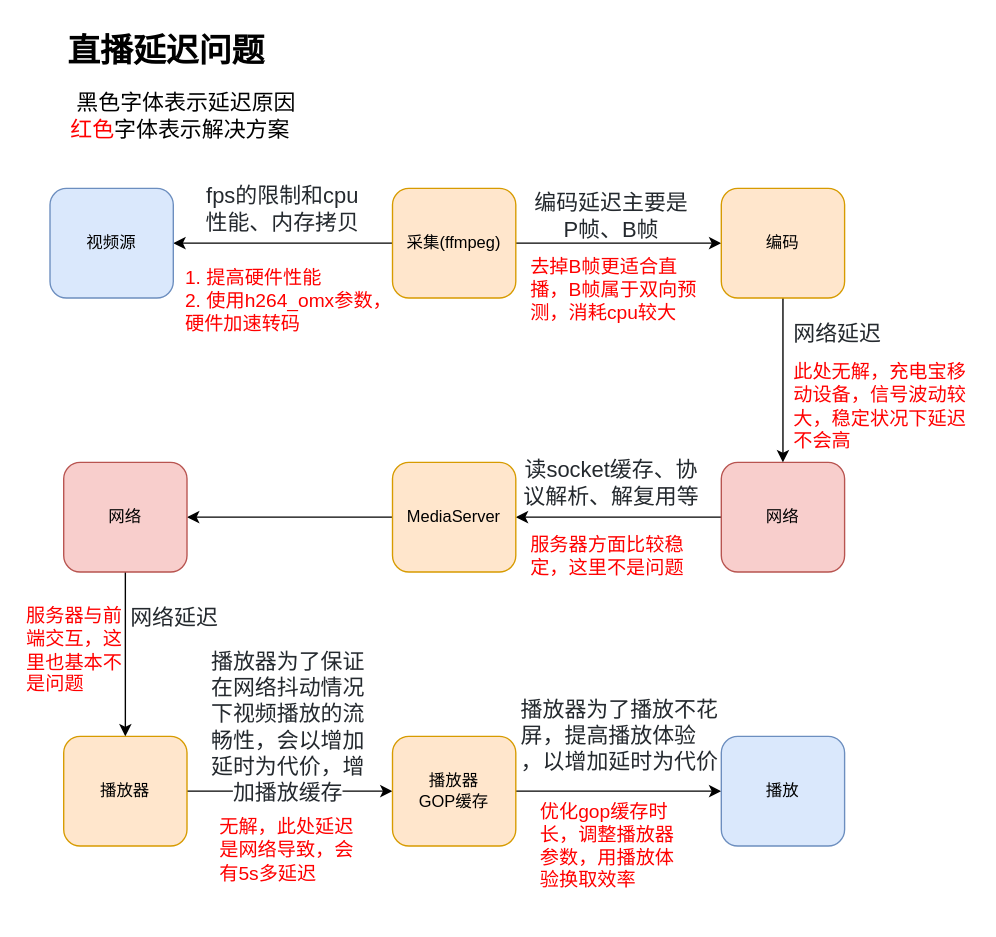
This is draw/work/mediakit.drawio from HeisenbergV/node, a draw.io file, before an edit. Source tidied: cells renumbered, new cells numbered last; positions are measured from the earlier drawing's top-left corner, leaving out a move shared by most shapes. Both pictures are drawn from the tidied source at 137%, with x=0, y=0 at pixel (23, 23).
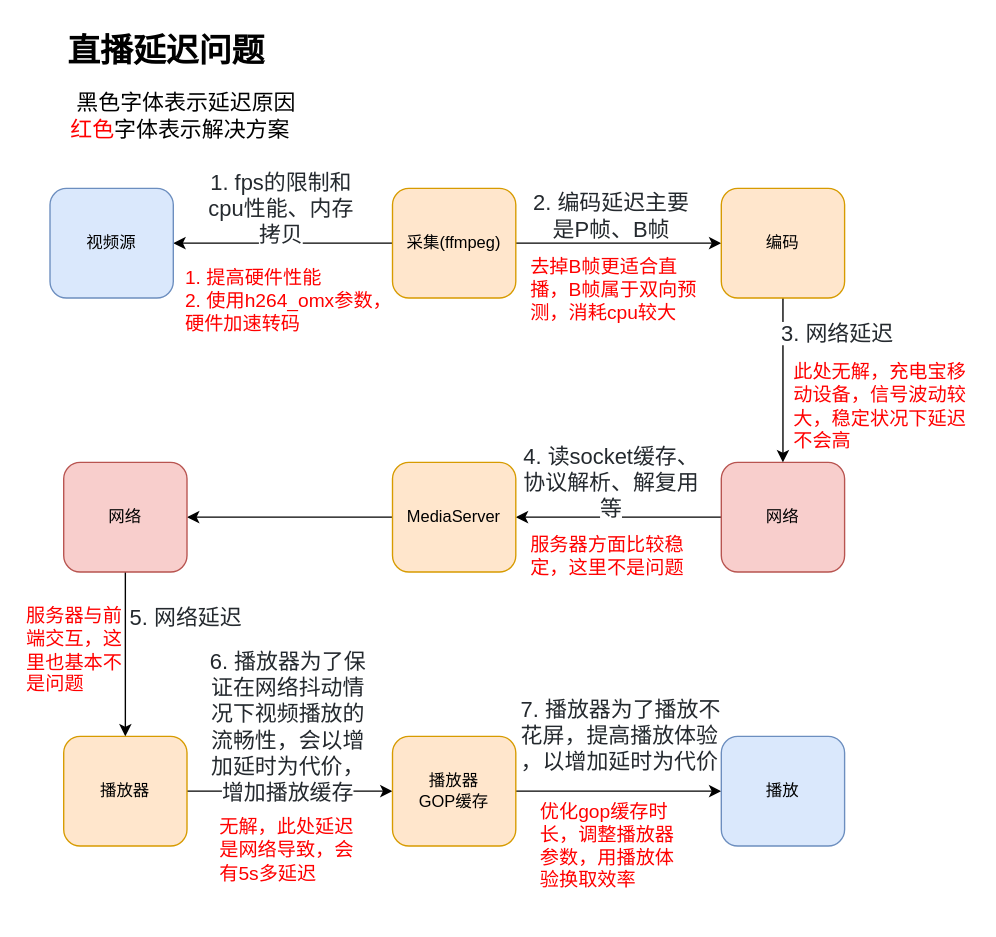
After the change.

What changed in the source:
```diff
@@
-    <mxCell id="14" value="&lt;span style=&quot;font-size: 16px ; color: rgb(36 , 41 , 46) ; font-family: , &amp;#34;blinkmacsystemfont&amp;#34; , &amp;#34;segoe ui&amp;#34; , &amp;#34;helvetica&amp;#34; , &amp;#34;arial&amp;#34; , sans-serif , &amp;#34;apple color emoji&amp;#34; , &amp;#34;segoe ui emoji&amp;#34; ; background-color: rgb(255 , 255 , 255)&quot;&gt;fps的限制和cpu性能、内存拷贝&lt;/span&gt;" style="text;html=1;strokeColor=none;fillColor=none;align=center;verticalAlign=middle;whiteSpace=wrap;rounded=0;" parent="1" vertex="1">
-      <mxGeometry x="129" y="120" width="120" height="30" as="geometry" />
+    <mxCell id="14" value="&lt;span style=&quot;font-size: 16px ; color: rgb(36 , 41 , 46) ; font-family: , &amp;#34;blinkmacsystemfont&amp;#34; , &amp;#34;segoe ui&amp;#34; , &amp;#34;helvetica&amp;#34; , &amp;#34;arial&amp;#34; , sans-serif , &amp;#34;apple color emoji&amp;#34; , &amp;#34;segoe ui emoji&amp;#34; ; background-color: rgb(255 , 255 , 255)&quot;&gt;1. fps的限制和cpu性能、内存拷贝&lt;/span&gt;" style="text;html=1;strokeColor=none;fillColor=none;align=center;verticalAlign=middle;whiteSpace=wrap;rounded=0;" parent="1" vertex="1">
+      <mxGeometry x="128" y="120" width="120" height="30" as="geometry" />
     </mxCell>
@@
-    <mxCell id="17" value="&lt;font color=&quot;#24292e&quot; size=&quot;3&quot;&gt;&lt;span style=&quot;background-color: rgb(255 , 255 , 255)&quot;&gt;编码延迟主要是P帧、B帧&lt;/span&gt;&lt;/font&gt;" style="text;html=1;strokeColor=none;fillColor=none;align=center;verticalAlign=middle;whiteSpace=wrap;rounded=0;" parent="1" vertex="1">
+    <mxCell id="17" value="&lt;font color=&quot;#24292e&quot; size=&quot;3&quot;&gt;&lt;span style=&quot;background-color: rgb(255 , 255 , 255)&quot;&gt;2. 编码延迟主要是P帧、B帧&lt;/span&gt;&lt;/font&gt;" style="text;html=1;strokeColor=none;fillColor=none;align=center;verticalAlign=middle;whiteSpace=wrap;rounded=0;" parent="1" vertex="1">
       <mxGeometry x="369" y="125" width="120" height="30" as="geometry" />
     </mxCell>
-    <mxCell id="18" value="&lt;span style=&quot;font-size: 16px ; color: rgb(36 , 41 , 46) ; font-family: , &amp;#34;blinkmacsystemfont&amp;#34; , &amp;#34;segoe ui&amp;#34; , &amp;#34;helvetica&amp;#34; , &amp;#34;arial&amp;#34; , sans-serif , &amp;#34;apple color emoji&amp;#34; , &amp;#34;segoe ui emoji&amp;#34; ; background-color: rgb(255 , 255 , 255)&quot;&gt;读socket缓存、协议解析、解复用等&lt;/span&gt;" style="text;html=1;strokeColor=none;fillColor=none;align=center;verticalAlign=middle;whiteSpace=wrap;rounded=0;" parent="1" vertex="1">
+    <mxCell id="18" value="&lt;span style=&quot;font-size: 16px ; color: rgb(36 , 41 , 46) ; font-family: , &amp;#34;blinkmacsystemfont&amp;#34; , &amp;#34;segoe ui&amp;#34; , &amp;#34;helvetica&amp;#34; , &amp;#34;arial&amp;#34; , sans-serif , &amp;#34;apple color emoji&amp;#34; , &amp;#34;segoe ui emoji&amp;#34; ; background-color: rgb(255 , 255 , 255)&quot;&gt;4. 读socket缓存、协议解析、解复用等&lt;/span&gt;" style="text;html=1;strokeColor=none;fillColor=none;align=center;verticalAlign=middle;whiteSpace=wrap;rounded=0;" parent="1" vertex="1">
       <mxGeometry x="359" y="320" width="140" height="30" as="geometry" />
     </mxCell>
@@
-    <mxCell id="21" value="&lt;font color=&quot;#24292e&quot; size=&quot;3&quot;&gt;&lt;span style=&quot;background-color: rgb(255 , 255 , 255)&quot;&gt;网络延迟&lt;/span&gt;&lt;/font&gt;" style="text;html=1;strokeColor=none;fillColor=none;align=center;verticalAlign=middle;whiteSpace=wrap;rounded=0;" parent="1" vertex="1">
-      <mxGeometry x="75" y="418" width="70" height="29" as="geometry" />
+    <mxCell id="21" value="&lt;font color=&quot;#24292e&quot; size=&quot;3&quot;&gt;&lt;span style=&quot;background-color: rgb(255 , 255 , 255)&quot;&gt;5. 网络延迟&lt;/span&gt;&lt;/font&gt;" style="text;html=1;strokeColor=none;fillColor=none;align=center;verticalAlign=middle;whiteSpace=wrap;rounded=0;" parent="1" vertex="1">
+      <mxGeometry x="75" y="418" width="87" height="29" as="geometry" />
     </mxCell>
-    <mxCell id="22" value="&lt;font color=&quot;#24292e&quot; size=&quot;3&quot;&gt;&lt;span style=&quot;background-color: rgb(255 , 255 , 255)&quot;&gt;网络延迟&lt;/span&gt;&lt;/font&gt;" style="text;html=1;strokeColor=none;fillColor=none;align=center;verticalAlign=middle;whiteSpace=wrap;rounded=0;" parent="1" vertex="1">
+    <mxCell id="22" value="&lt;font color=&quot;#24292e&quot; size=&quot;3&quot;&gt;&lt;span style=&quot;background-color: rgb(255 , 255 , 255)&quot;&gt;3. 网络延迟&lt;/span&gt;&lt;/font&gt;" style="text;html=1;strokeColor=none;fillColor=none;align=center;verticalAlign=middle;whiteSpace=wrap;rounded=0;" parent="1" vertex="1">
       <mxGeometry x="524" y="211" width="140" height="30" as="geometry" />
     </mxCell>
-    <mxCell id="23" value="&lt;font color=&quot;#24292e&quot; size=&quot;3&quot;&gt;&lt;span style=&quot;background-color: rgb(255 , 255 , 255)&quot;&gt;播放器为了播放不花屏，&lt;/span&gt;&lt;/font&gt;&lt;span style=&quot;font-size: 16px ; color: rgb(36 , 41 , 46) ; font-family: , &amp;#34;blinkmacsystemfont&amp;#34; , &amp;#34;segoe ui&amp;#34; , &amp;#34;helvetica&amp;#34; , &amp;#34;arial&amp;#34; , sans-serif , &amp;#34;apple color emoji&amp;#34; , &amp;#34;segoe ui emoji&amp;#34; ; background-color: rgb(255 , 255 , 255)&quot;&gt;提高播放体验&lt;/span&gt;&lt;font color=&quot;#24292e&quot; size=&quot;3&quot;&gt;&lt;span style=&quot;background-color: rgb(255 , 255 , 255)&quot;&gt;&lt;br&gt;，&lt;/span&gt;&lt;/font&gt;&lt;span style=&quot;font-size: 16px ; color: rgb(36 , 41 , 46) ; font-family: , &amp;#34;blinkmacsystemfont&amp;#34; , &amp;#34;segoe ui&amp;#34; , &amp;#34;helvetica&amp;#34; , &amp;#34;arial&amp;#34; , sans-serif , &amp;#34;apple color emoji&amp;#34; , &amp;#34;segoe ui emoji&amp;#34; ; background-color: rgb(255 , 255 , 255)&quot;&gt;以增加延时为代价&lt;/span&gt;" style="text;html=1;strokeColor=none;fillColor=none;align=left;verticalAlign=middle;whiteSpace=wrap;rounded=0;" parent="1" vertex="1">
+    <mxCell id="23" value="&lt;font color=&quot;#24292e&quot; size=&quot;3&quot;&gt;&lt;span style=&quot;background-color: rgb(255 , 255 , 255)&quot;&gt;7. 播放器为了播放不花屏，&lt;/span&gt;&lt;/font&gt;&lt;span style=&quot;font-size: 16px ; color: rgb(36 , 41 , 46) ; font-family: , &amp;#34;blinkmacsystemfont&amp;#34; , &amp;#34;segoe ui&amp;#34; , &amp;#34;helvetica&amp;#34; , &amp;#34;arial&amp;#34; , sans-serif , &amp;#34;apple color emoji&amp;#34; , &amp;#34;segoe ui emoji&amp;#34; ; background-color: rgb(255 , 255 , 255)&quot;&gt;提高播放体验&lt;/span&gt;&lt;font color=&quot;#24292e&quot; size=&quot;3&quot;&gt;&lt;span style=&quot;background-color: rgb(255 , 255 , 255)&quot;&gt;&lt;br&gt;，&lt;/span&gt;&lt;/font&gt;&lt;span style=&quot;font-size: 16px ; color: rgb(36 , 41 , 46) ; font-family: , &amp;#34;blinkmacsystemfont&amp;#34; , &amp;#34;segoe ui&amp;#34; , &amp;#34;helvetica&amp;#34; , &amp;#34;arial&amp;#34; , sans-serif , &amp;#34;apple color emoji&amp;#34; , &amp;#34;segoe ui emoji&amp;#34; ; background-color: rgb(255 , 255 , 255)&quot;&gt;以增加延时为代价&lt;/span&gt;" style="text;html=1;strokeColor=none;fillColor=none;align=left;verticalAlign=middle;whiteSpace=wrap;rounded=0;" parent="1" vertex="1">
       <mxGeometry x="361" y="467" width="156" height="103" as="geometry" />
     </mxCell>
@@
-    <mxCell id="32" value="&lt;span style=&quot;font-size: 16px ; color: rgb(36 , 41 , 46) ; font-family: , &amp;#34;blinkmacsystemfont&amp;#34; , &amp;#34;segoe ui&amp;#34; , &amp;#34;helvetica&amp;#34; , &amp;#34;arial&amp;#34; , sans-serif , &amp;#34;apple color emoji&amp;#34; , &amp;#34;segoe ui emoji&amp;#34; ; background-color: rgb(255 , 255 , 255)&quot;&gt;播放器为了保证在网络抖动情况下视频播放的流畅性，会以增加延时为代价，增加播放缓存&lt;/span&gt;" style="text;html=1;strokeColor=none;fillColor=none;align=center;verticalAlign=middle;whiteSpace=wrap;rounded=0;" parent="1" vertex="1">
+    <mxCell id="32" value="&lt;span style=&quot;font-size: 16px ; color: rgb(36 , 41 , 46) ; font-family: , &amp;#34;blinkmacsystemfont&amp;#34; , &amp;#34;segoe ui&amp;#34; , &amp;#34;helvetica&amp;#34; , &amp;#34;arial&amp;#34; , sans-serif , &amp;#34;apple color emoji&amp;#34; , &amp;#34;segoe ui emoji&amp;#34; ; background-color: rgb(255 , 255 , 255)&quot;&gt;6. 播放器为了保证在网络抖动情况下视频播放的流畅性，会以增加延时为代价，增加播放缓存&lt;/span&gt;" style="text;html=1;strokeColor=none;fillColor=none;align=center;verticalAlign=middle;whiteSpace=wrap;rounded=0;" parent="1" vertex="1">
       <mxGeometry x="133.5" y="486" width="118" height="54" as="geometry" />
     </mxCell>
```
